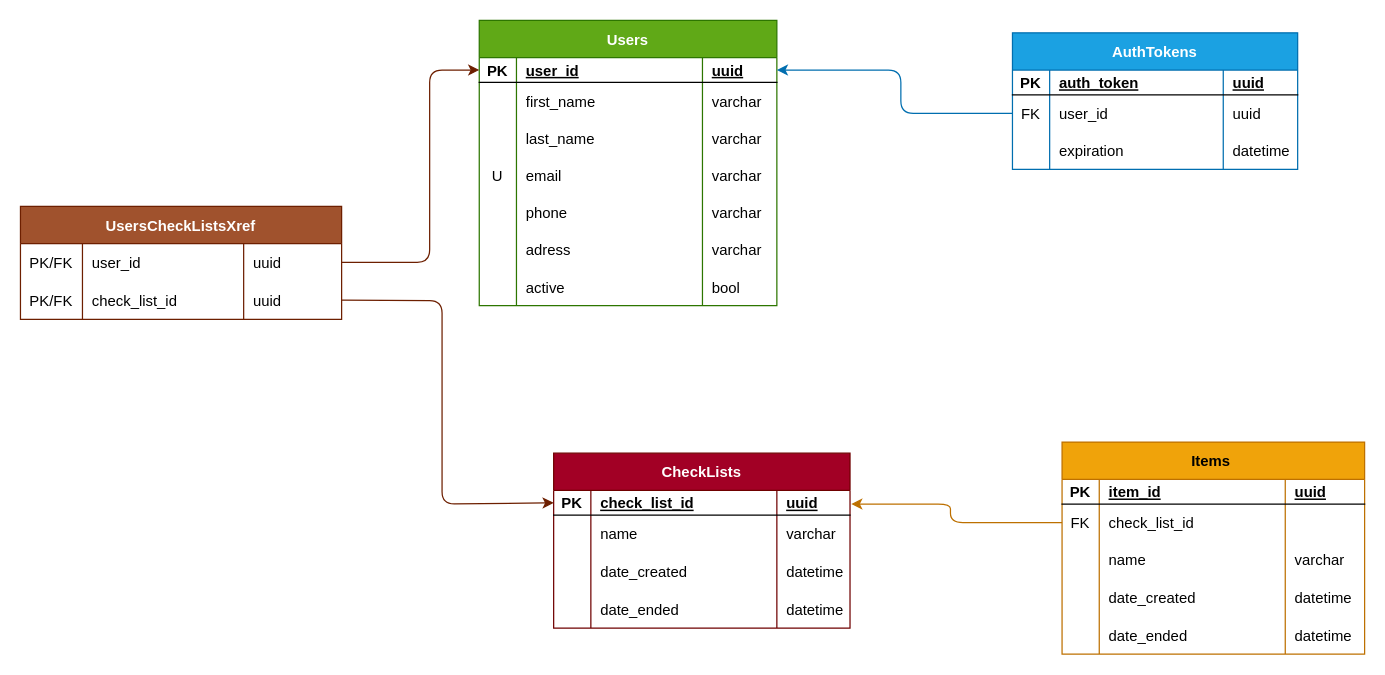
Karely3412/todo-BE-capstone keeps this draw.io diagram as erd.drawio. Above is the earlier version. Source tidied: cells renumbered, new cells numbered last; positions are measured from the earlier drawing's top-left corner, leaving out a move shared by most shapes. Both pictures are drawn from the tidied source at 124%, with x=0, y=0 at pixel (20, 20).
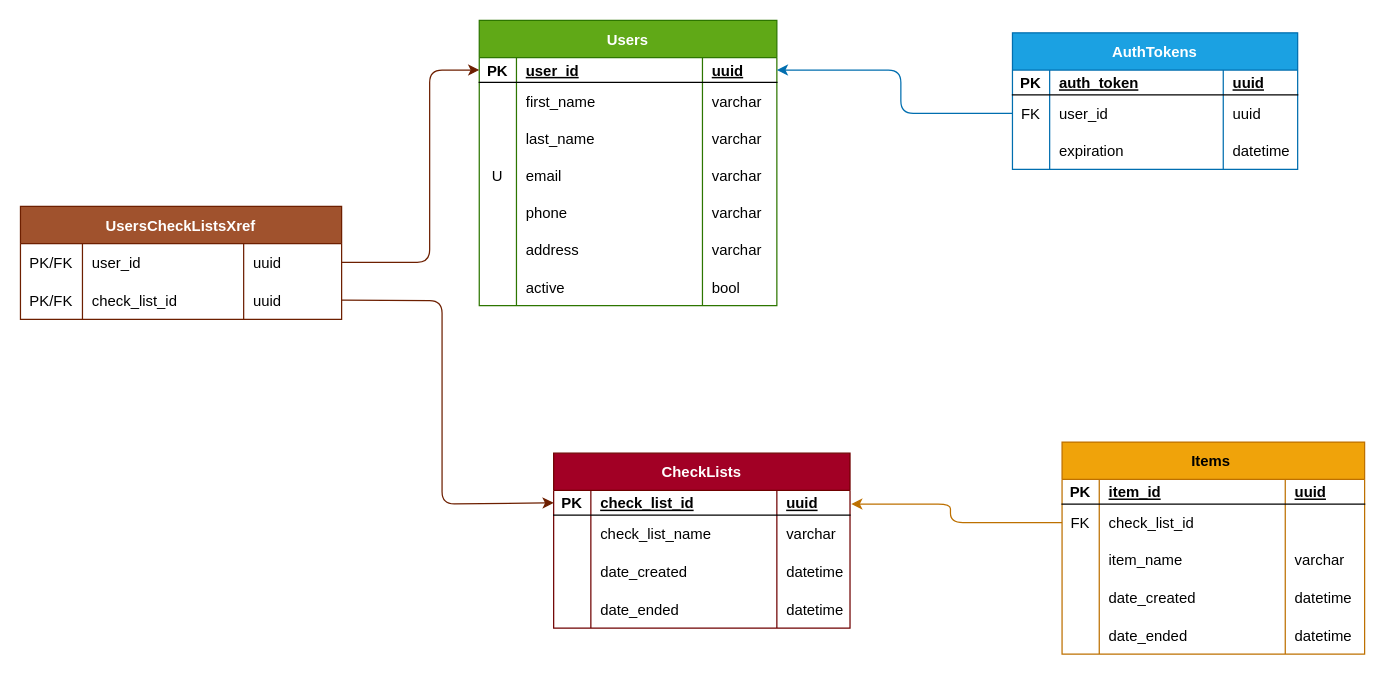
The same page after the edit.

Commit message (it also covers changes not shown here):
updated items & check_lists.py also erd

Unchanged cells that the change refers to:
```xml
<mxCell id="23" style="shape=tableRow;horizontal=0;startSize=0;swimlaneHead=0;swimlaneBody=0;fillColor=none;top=0;left=0;right=0;bottom=0;" parent="2" vertex="1">
  <mxGeometry y="170" width="240" height="30" as="geometry" />
</mxCell>
<mxCell id="49" style="shape=tableRow;horizontal=0;startSize=0;swimlaneHead=0;swimlaneBody=0;fillColor=none;top=0;left=0;right=0;bottom=0;" parent="44" vertex="1">
  <mxGeometry y="50" width="239" height="30" as="geometry" />
</mxCell>
<mxCell id="70" style="shape=tableRow;horizontal=0;startSize=0;swimlaneHead=0;swimlaneBody=0;fillColor=none;top=0;left=0;right=0;bottom=0;" parent="61" vertex="1">
  <mxGeometry y="80" width="244" height="30" as="geometry" />
</mxCell>
```

The edit, as a diff of the source:
```diff
@@
-    <mxCell id="25" value="adress" style="shape=partialRectangle;fillColor=none;top=0;left=0;bottom=0;right=0;align=left;spacingLeft=6;overflow=hidden;" parent="23" vertex="1">
+    <mxCell id="25" value="address" style="shape=partialRectangle;fillColor=none;top=0;left=0;bottom=0;right=0;align=left;spacingLeft=6;overflow=hidden;" parent="23" vertex="1">
       <mxGeometry x="30" width="150" height="30" as="geometry" />
     </mxCell>
@@
-    <mxCell id="51" value="name" style="shape=partialRectangle;fillColor=none;top=0;left=0;bottom=0;right=0;align=left;spacingLeft=6;overflow=hidden;" parent="49" vertex="1">
+    <mxCell id="51" value="check_list_name" style="shape=partialRectangle;fillColor=none;top=0;left=0;bottom=0;right=0;align=left;spacingLeft=6;overflow=hidden;" parent="49" vertex="1">
       <mxGeometry x="30" width="150" height="30" as="geometry" />
     </mxCell>
@@
-    <mxCell id="72" value="name" style="shape=partialRectangle;fillColor=none;top=0;left=0;bottom=0;right=0;align=left;spacingLeft=6;overflow=hidden;" parent="70" vertex="1">
+    <mxCell id="72" value="item_name" style="shape=partialRectangle;fillColor=none;top=0;left=0;bottom=0;right=0;align=left;spacingLeft=6;overflow=hidden;" parent="70" vertex="1">
       <mxGeometry x="30" width="150" height="30" as="geometry" />
     </mxCell>
```
